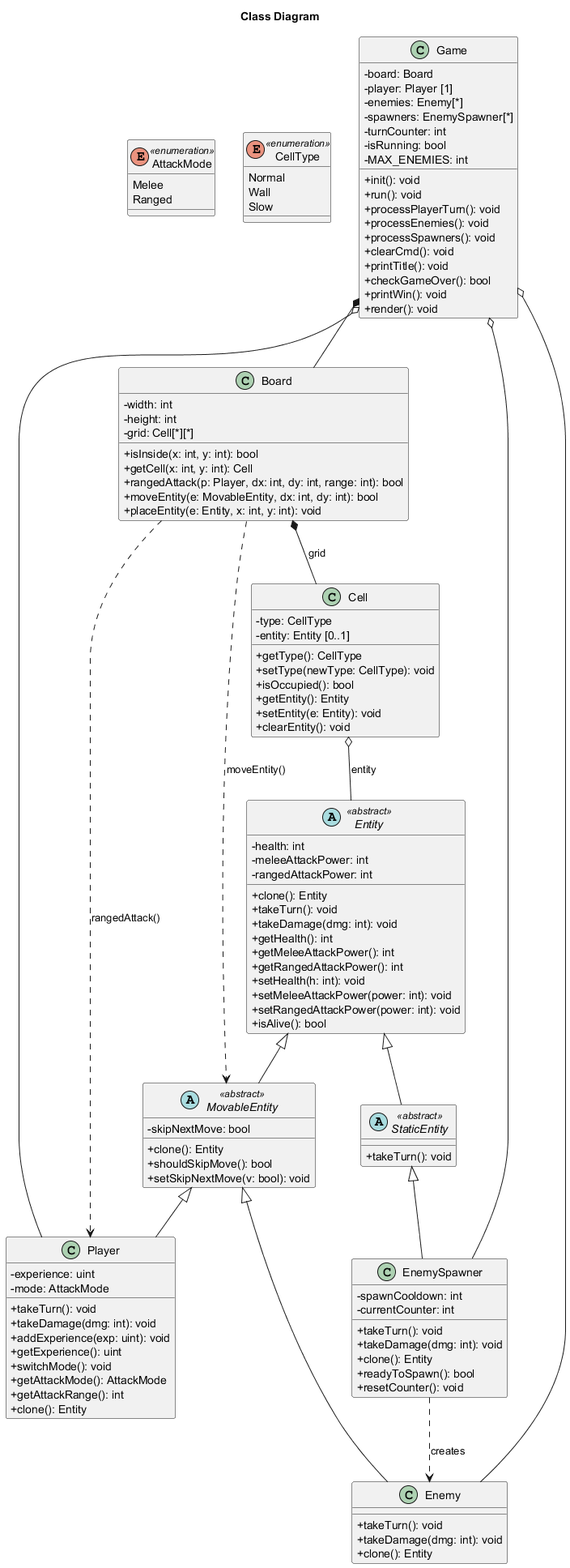
This is docs/UML.png from notrich22/OOPLabs, a PlantUML export, as it was before one commit.
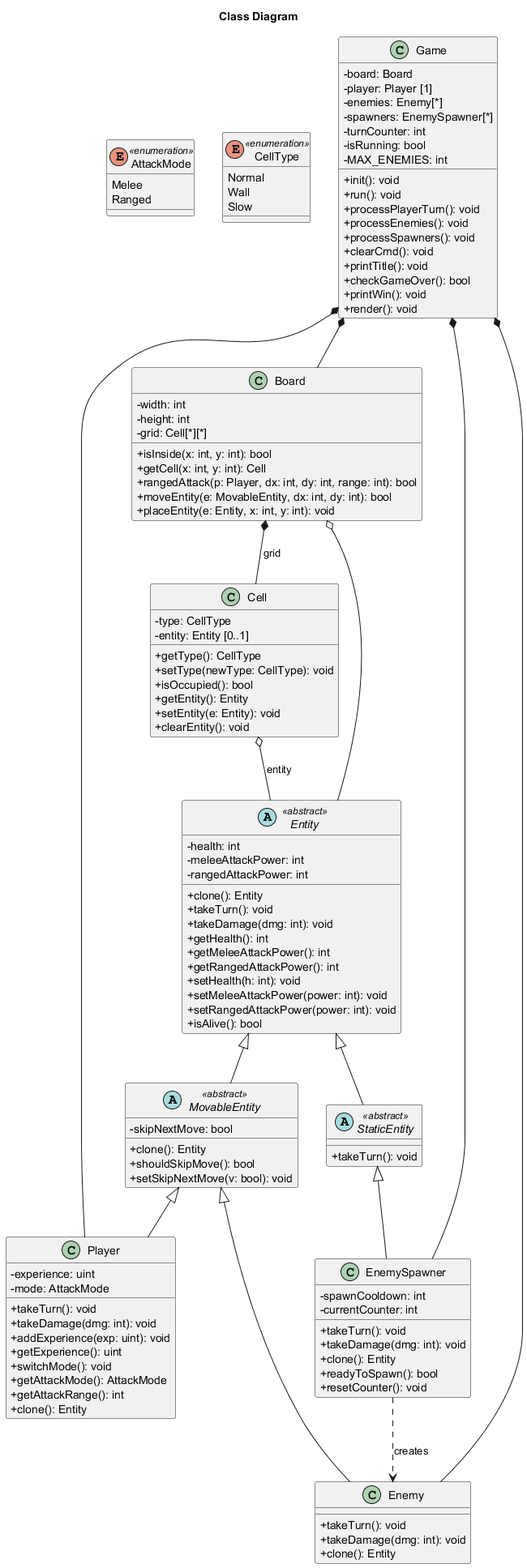
After the commit.

Diff of the diagram source:
```diff
@@ -122,12 +122,11 @@
 
 "Board" *-- "Cell" : grid
 "Cell" o-- "Entity" : entity
+"Board" o-- "Entity"
 "Game" *-- "Board"
-"Game" o-- "Player"
-"Game" o-- "Enemy"
-"Game" o-- "EnemySpawner"
+"Game" *-- "Player"
+"Game" *-- "Enemy"
+"Game" *-- "EnemySpawner"
 "EnemySpawner" ..> "Enemy" : creates
-"Board" ..> "Player" : rangedAttack()
-"Board" ..> "MovableEntity" : moveEntity()
 
 @enduml
```
